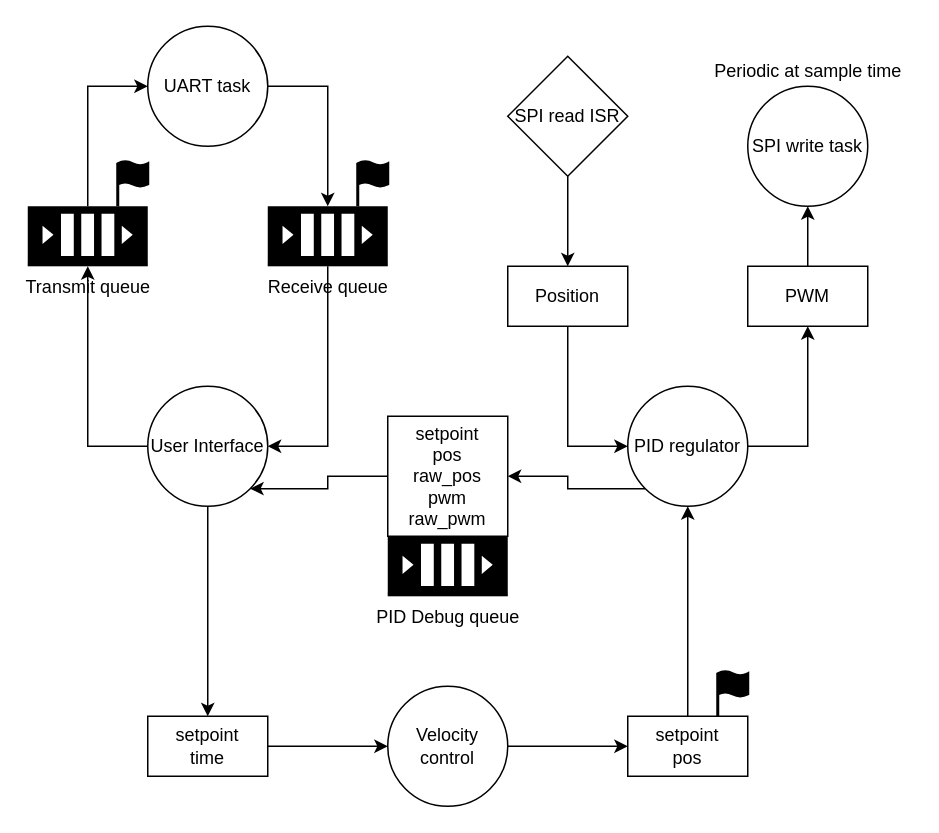
Before: tivataskdiagram.drawio in Megalegomand/RB4-PRO4-Pan-Tilt, a draw.io diagram. Source tidied: cells renumbered, new cells numbered last; positions are measured from the earlier drawing's top-left corner, leaving out a move shared by most shapes. Both pictures are drawn from the tidied source at 150%, with x=0, y=0 at pixel (27, 26).
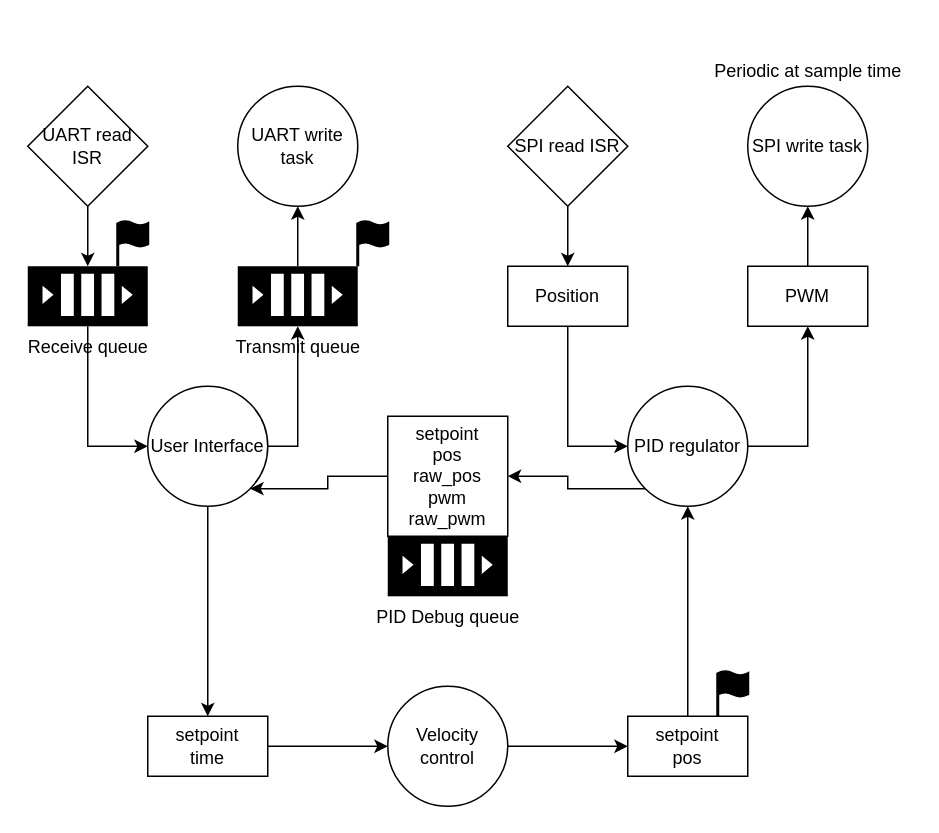
Above is the later version.

Commit message (it also covers changes not shown here):
UART Rx og Tx queue

The change refers to these unchanged cells:
```xml
<mxCell id="12" value="User Interface" style="ellipse;whiteSpace=wrap;html=1;strokeColor=#000000;fillColor=#FFFFFF;" parent="1" vertex="1">
  <mxGeometry x="80" y="240" width="80" height="80" as="geometry" />
</mxCell>
<mxCell id="29" value="setpoint&lt;br&gt;time" style="rounded=0;whiteSpace=wrap;html=1;strokeColor=#000000;fillColor=#FFFFFF;" parent="1" vertex="1">
  <mxGeometry x="80" y="460" width="80" height="40" as="geometry" />
</mxCell>
```

Change to the diagram source:
```diff
@@
-    <mxCell id="2" style="edgeStyle=orthogonalEdgeStyle;rounded=0;jettySize=auto;html=1;entryX=0.5;entryY=0;entryDx=0;entryDy=0;entryPerimeter=0;" parent="1" edge="1" source="3" target="7">
-      <mxGeometry relative="1" as="geometry">
-        <Array as="points">
-          <mxPoint x="200" y="40" />
-        </Array>
-      </mxGeometry>
-    </mxCell>
-    <mxCell id="3" value="UART task" style="ellipse;whiteSpace=wrap;html=1;" parent="1" vertex="1">
-      <mxGeometry x="80" width="80" height="80" as="geometry" />
+    <mxCell id="3" value="UART write task" style="ellipse;whiteSpace=wrap;html=1;" parent="1" vertex="1">
+      <mxGeometry x="140" y="40" width="80" height="80" as="geometry" />
     </mxCell>
-    <mxCell id="4" style="edgeStyle=orthogonalEdgeStyle;rounded=0;jettySize=auto;html=1;entryX=0;entryY=0.5;entryDx=0;entryDy=0;" parent="1" edge="1" source="5" target="3">
+    <mxCell id="4" style="edgeStyle=orthogonalEdgeStyle;rounded=0;jettySize=auto;html=1;entryX=0.5;entryY=1;entryDx=0;entryDy=0;" parent="1" edge="1" source="5" target="3">
       <mxGeometry relative="1" as="geometry" />
     </mxCell>
     <mxCell id="5" value="Transmit queue" style="outlineConnect=0;dashed=0;verticalLabelPosition=bottom;verticalAlign=top;align=center;html=1;shape=mxgraph.aws3.queue;gradientColor=none;fillColor=#000000;" parent="1" vertex="1">
-      <mxGeometry y="120" width="80" height="40" as="geometry" />
+      <mxGeometry x="140" y="160" width="80" height="40" as="geometry" />
     </mxCell>
-    <mxCell id="6" style="edgeStyle=orthogonalEdgeStyle;rounded=0;jettySize=auto;html=1;entryX=1;entryY=0.5;entryDx=0;entryDy=0;" parent="1" edge="1" source="7" target="12">
+    <mxCell id="6" style="edgeStyle=orthogonalEdgeStyle;rounded=0;jettySize=auto;html=1;entryX=0;entryY=0.5;entryDx=0;entryDy=0;startArrow=none;startFill=0;" parent="1" edge="1" source="7" target="12">
       <mxGeometry relative="1" as="geometry" />
     </mxCell>
     <mxCell id="7" value="Receive queue" style="outlineConnect=0;dashed=0;verticalLabelPosition=bottom;verticalAlign=top;align=center;html=1;shape=mxgraph.aws3.queue;gradientColor=none;fillColor=#000000;" parent="1" vertex="1">
-      <mxGeometry x="160" y="120" width="80" height="40" as="geometry" />
+      <mxGeometry y="160" width="80" height="40" as="geometry" />
     </mxCell>
     <mxCell id="8" style="html=1;verticalLabelPosition=bottom;align=center;labelBackgroundColor=#ffffff;verticalAlign=top;strokeWidth=2;shadow=0;dashed=0;shape=mxgraph.ios7.icons.flag;fillColor=#000000;" parent="1" vertex="1">
-      <mxGeometry x="220" y="90" width="20" height="30" as="geometry" />
+      <mxGeometry x="220" y="130" width="20" height="30" as="geometry" />
     </mxCell>
     <mxCell id="9" style="html=1;verticalLabelPosition=bottom;align=center;labelBackgroundColor=#ffffff;verticalAlign=top;strokeWidth=2;shadow=0;dashed=0;shape=mxgraph.ios7.icons.flag;fillColor=#000000;" parent="1" vertex="1">
-      <mxGeometry x="60" y="90" width="20" height="30" as="geometry" />
+      <mxGeometry x="60" y="130" width="20" height="30" as="geometry" />
     </mxCell>
+    <mxCell id="11" style="edgeStyle=orthogonalEdgeStyle;rounded=0;jettySize=auto;html=1;entryX=0.5;entryY=0;entryDx=0;entryDy=0;startArrow=none;startFill=0;" parent="1" edge="1" source="12" target="29">
+      <mxGeometry relative="1" as="geometry" />
+    </mxCell>
-    <mxCell id="10" style="edgeStyle=orthogonalEdgeStyle;rounded=0;jettySize=auto;html=1;" parent="1" edge="1" source="12" target="5">
+    <mxCell id="10" style="edgeStyle=orthogonalEdgeStyle;rounded=0;jettySize=auto;html=1;entryX=0.5;entryY=1;entryDx=0;entryDy=0;entryPerimeter=0;startArrow=none;startFill=0;" parent="1" edge="1" source="12" target="5">
       <mxGeometry relative="1" as="geometry">
         <Array as="points">
-          <mxPoint x="40" y="280" />
+          <mxPoint x="180" y="280" />
         </Array>
       </mxGeometry>
     </mxCell>
-    <mxCell id="11" style="edgeStyle=orthogonalEdgeStyle;rounded=0;jettySize=auto;html=1;entryX=0.5;entryY=0;entryDx=0;entryDy=0;startArrow=none;startFill=0;" parent="1" edge="1" source="12" target="29">
-      <mxGeometry relative="1" as="geometry" />
-    </mxCell>
@@
     <mxCell id="17" value="SPI read ISR" style="rhombus;whiteSpace=wrap;html=1;strokeColor=#000000;fillColor=#FFFFFF;" parent="1" vertex="1">
-      <mxGeometry x="320" y="20" width="80" height="80" as="geometry" />
+      <mxGeometry x="320" y="40" width="80" height="80" as="geometry" />
     </mxCell>
@@
+    <mxCell id="34" style="edgeStyle=orthogonalEdgeStyle;rounded=0;jettySize=auto;html=1;entryX=0.5;entryY=0;entryDx=0;entryDy=0;entryPerimeter=0;startArrow=none;startFill=0;" parent="1" edge="1" source="35" target="7">
+      <mxGeometry relative="1" as="geometry" />
+    </mxCell>
+    <mxCell id="35" value="UART read ISR" style="rhombus;whiteSpace=wrap;html=1;strokeColor=#000000;fillColor=#FFFFFF;" parent="1" vertex="1">
+      <mxGeometry y="40" width="80" height="80" as="geometry" />
+    </mxCell>
```
